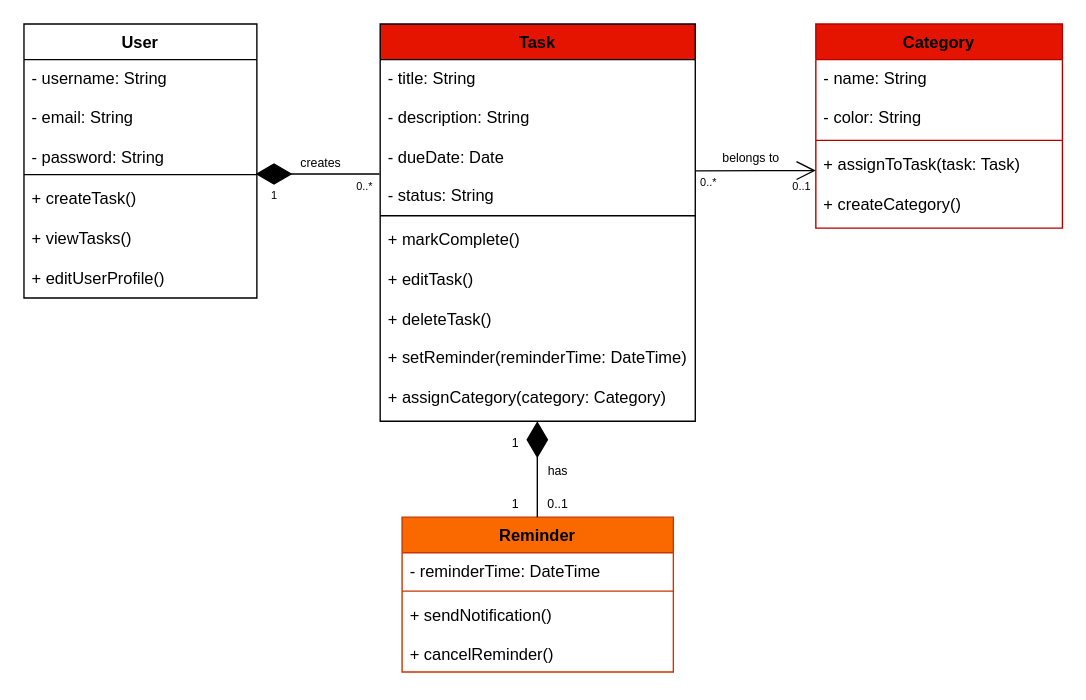
Earlier version of the draw.io diagram PADO_E2_NCP2103-2A.drawio (xplorer2000SL/UENCP1203VSC). Source tidied: cells renumbered, new cells numbered last; positions are measured from the earlier drawing's top-left corner, leaving out a move shared by most shapes. Both pictures are drawn from the tidied source at 137%, with x=0, y=0 at pixel (23, 23).
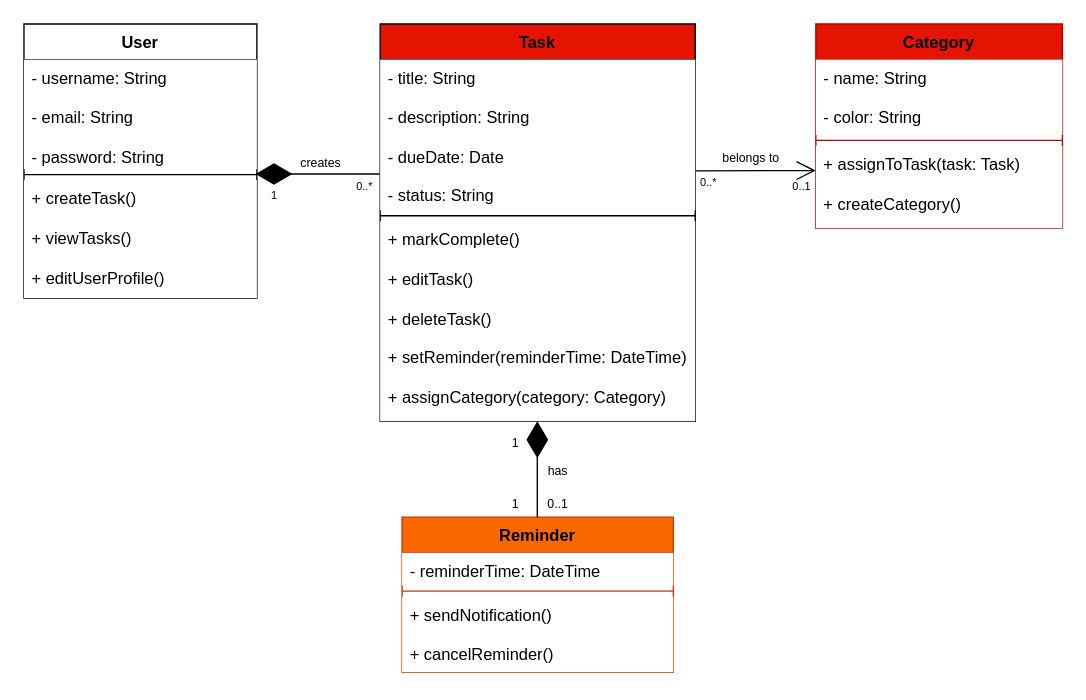
Above is the later version.

The change refers to these unchanged cells:
```xml
<mxCell id="2" value="Task" style="swimlane;fontStyle=1;align=center;verticalAlign=top;horizontal=1;startSize=26;whiteSpace=wrap;html=1;fillColor=light-dark(#E51400,#FF0000);" parent="1" vertex="1">
  <mxGeometry x="260" width="230" height="290" as="geometry" />
</mxCell>
<mxCell id="6" value="User" style="swimlane;fontStyle=1;align=center;verticalAlign=top;horizontal=1;startSize=26;whiteSpace=wrap;html=1;fillColor=light-dark(#FFFFFF,#FF8000);" parent="1" vertex="1">
  <mxGeometry width="170" height="200" as="geometry" />
</mxCell>
<mxCell id="11" value="&lt;span style=&quot;color: light-dark(rgb(0, 0, 0), rgb(255, 255, 255));&quot;&gt;Category&lt;/span&gt;" style="swimlane;fontStyle=1;align=center;verticalAlign=top;horizontal=1;startSize=26;whiteSpace=wrap;html=1;fillColor=light-dark(#E51400,#FF8000);fontColor=#ffffff;strokeColor=light-dark(#B20000,#FFFFFF);" parent="1" vertex="1">
  <mxGeometry x="578" width="180" height="149" as="geometry" />
</mxCell>
<mxCell id="15" value="Reminder" style="swimlane;fontStyle=1;align=center;verticalAlign=top;horizontal=1;startSize=26;whiteSpace=wrap;html=1;fillColor=light-dark(#fa6800, #ff8000);strokeColor=light-dark(#C73500,#FFFFFF);fontColor=#000000;" parent="1" vertex="1">
  <mxGeometry x="276" y="360" width="198" height="113" as="geometry" />
</mxCell>
```

The edit, as a diff of the source:
```diff
@@
-    <mxCell id="3" value="&lt;div&gt;- title: String&lt;/div&gt;&lt;div&gt;&lt;br&gt;&lt;/div&gt;&lt;div&gt;- description: String&lt;/div&gt;&lt;div&gt;&lt;br&gt;&lt;/div&gt;&lt;div&gt;- dueDate: Date&lt;/div&gt;&lt;div&gt;&lt;br&gt;&lt;/div&gt;&lt;div&gt;- status: String&lt;/div&gt;" style="text;strokeColor=none;fillColor=none;align=left;verticalAlign=top;spacingLeft=4;spacingRight=4;overflow=hidden;points=[[0,0.5],[1,0.5]];portConstraint=eastwest;whiteSpace=wrap;html=1;" parent="2" vertex="1">
+    <mxCell id="3" value="&lt;div&gt;- title: String&lt;/div&gt;&lt;div&gt;&lt;br&gt;&lt;/div&gt;&lt;div&gt;- description: String&lt;/div&gt;&lt;div&gt;&lt;br&gt;&lt;/div&gt;&lt;div&gt;- dueDate: Date&lt;/div&gt;&lt;div&gt;&lt;br&gt;&lt;/div&gt;&lt;div&gt;- status: String&lt;/div&gt;" style="text;strokeColor=none;fillColor=default;align=left;verticalAlign=top;spacingLeft=4;spacingRight=4;overflow=hidden;points=[[0,0.5],[1,0.5]];portConstraint=eastwest;whiteSpace=wrap;html=1;" parent="2" vertex="1">
       <mxGeometry y="26" width="230" height="110" as="geometry" />
     </mxCell>
@@
-    <mxCell id="5" value="&lt;div&gt;+ markComplete()&lt;/div&gt;&lt;div&gt;&lt;br&gt;&lt;/div&gt;&lt;div&gt;+ editTask()&lt;/div&gt;&lt;div&gt;&lt;br&gt;&lt;/div&gt;&lt;div&gt;+ deleteTask()&lt;/div&gt;&lt;div&gt;&lt;br&gt;&lt;/div&gt;&lt;div&gt;+ setReminder(reminderTime: DateTime)&lt;/div&gt;&lt;div&gt;&lt;br&gt;&lt;/div&gt;&lt;div&gt;+ assignCategory(category: Category)&lt;/div&gt;" style="text;strokeColor=none;fillColor=none;align=left;verticalAlign=top;spacingLeft=4;spacingRight=4;overflow=hidden;whiteSpace=wrap;html=1;" parent="2" vertex="1">
+    <mxCell id="5" value="&lt;div&gt;+ markComplete()&lt;/div&gt;&lt;div&gt;&lt;br&gt;&lt;/div&gt;&lt;div&gt;+ editTask()&lt;/div&gt;&lt;div&gt;&lt;br&gt;&lt;/div&gt;&lt;div&gt;+ deleteTask()&lt;/div&gt;&lt;div&gt;&lt;br&gt;&lt;/div&gt;&lt;div&gt;+ setReminder(reminderTime: DateTime)&lt;/div&gt;&lt;div&gt;&lt;br&gt;&lt;/div&gt;&lt;div&gt;+ assignCategory(category: Category)&lt;/div&gt;" style="text;strokeColor=none;fillColor=default;align=left;verticalAlign=top;spacingLeft=4;spacingRight=4;overflow=hidden;whiteSpace=wrap;html=1;" parent="2" vertex="1">
       <mxGeometry y="144" width="230" height="146" as="geometry" />
     </mxCell>
@@
-    <mxCell id="7" value="&lt;div&gt;- username: String&lt;/div&gt;&lt;div&gt;&lt;br&gt;&lt;/div&gt;&lt;div&gt;- email: String&lt;/div&gt;&lt;div&gt;&lt;br&gt;&lt;/div&gt;&lt;div&gt;- password: String&lt;/div&gt;" style="text;strokeColor=none;fillColor=none;align=left;verticalAlign=top;spacingLeft=4;spacingRight=4;overflow=hidden;whiteSpace=wrap;html=1;" parent="6" vertex="1">
+    <mxCell id="7" value="&lt;div&gt;- username: String&lt;/div&gt;&lt;div&gt;&lt;br&gt;&lt;/div&gt;&lt;div&gt;- email: String&lt;/div&gt;&lt;div&gt;&lt;br&gt;&lt;/div&gt;&lt;div&gt;- password: String&lt;/div&gt;" style="text;strokeColor=none;fillColor=default;align=left;verticalAlign=top;spacingLeft=4;spacingRight=4;overflow=hidden;whiteSpace=wrap;html=1;" parent="6" vertex="1">
       <mxGeometry y="26" width="170" height="80" as="geometry" />
     </mxCell>
@@
-    <mxCell id="10" value="&lt;div&gt;+ createTask()&lt;/div&gt;&lt;div&gt;&lt;br&gt;&lt;/div&gt;&lt;div&gt;+ viewTasks()&lt;/div&gt;&lt;div&gt;&lt;br&gt;&lt;/div&gt;&lt;div&gt;+ editUserProfile()&lt;/div&gt;" style="text;strokeColor=none;fillColor=none;align=left;verticalAlign=top;spacingLeft=4;spacingRight=4;overflow=hidden;whiteSpace=wrap;html=1;" parent="6" vertex="1">
+    <mxCell id="10" value="&lt;div&gt;+ createTask()&lt;/div&gt;&lt;div&gt;&lt;br&gt;&lt;/div&gt;&lt;div&gt;+ viewTasks()&lt;/div&gt;&lt;div&gt;&lt;br&gt;&lt;/div&gt;&lt;div&gt;+ editUserProfile()&lt;/div&gt;" style="text;strokeColor=none;fillColor=default;align=left;verticalAlign=top;spacingLeft=4;spacingRight=4;overflow=hidden;whiteSpace=wrap;html=1;" parent="6" vertex="1">
       <mxGeometry y="114" width="170" height="86" as="geometry" />
     </mxCell>
@@
-    <mxCell id="12" value="&lt;div&gt;- name: String&lt;/div&gt;&lt;div&gt;&lt;br&gt;&lt;/div&gt;&lt;div&gt;- color: String&lt;/div&gt;" style="text;strokeColor=none;fillColor=none;align=left;verticalAlign=top;spacingLeft=4;spacingRight=4;overflow=hidden;whiteSpace=wrap;html=1;" parent="11" vertex="1">
+    <mxCell id="12" value="&lt;div&gt;- name: String&lt;/div&gt;&lt;div&gt;&lt;br&gt;&lt;/div&gt;&lt;div&gt;- color: String&lt;/div&gt;" style="text;strokeColor=none;fillColor=default;align=left;verticalAlign=top;spacingLeft=4;spacingRight=4;overflow=hidden;whiteSpace=wrap;html=1;" parent="11" vertex="1">
       <mxGeometry y="26" width="180" height="55" as="geometry" />
     </mxCell>
@@
-    <mxCell id="14" value="&lt;div&gt;+ assignToTask(task: Task)&lt;/div&gt;&lt;div&gt;&lt;br&gt;&lt;/div&gt;&lt;div&gt;+ createCategory()&lt;/div&gt;" style="text;strokeColor=none;fillColor=none;align=left;verticalAlign=top;spacingLeft=4;spacingRight=4;overflow=hidden;whiteSpace=wrap;html=1;" parent="11" vertex="1">
+    <mxCell id="14" value="&lt;div&gt;+ assignToTask(task: Task)&lt;/div&gt;&lt;div&gt;&lt;br&gt;&lt;/div&gt;&lt;div&gt;+ createCategory()&lt;/div&gt;" style="text;strokeColor=none;fillColor=default;align=left;verticalAlign=top;spacingLeft=4;spacingRight=4;overflow=hidden;whiteSpace=wrap;html=1;" parent="11" vertex="1">
       <mxGeometry y="89" width="180" height="60" as="geometry" />
     </mxCell>
@@
-    <mxCell id="16" value="- reminderTime: DateTime" style="text;strokeColor=none;fillColor=none;align=left;verticalAlign=top;spacingLeft=4;spacingRight=4;overflow=hidden;whiteSpace=wrap;html=1;" parent="15" vertex="1">
+    <mxCell id="16" value="- reminderTime: DateTime" style="text;strokeColor=none;fillColor=default;align=left;verticalAlign=top;spacingLeft=4;spacingRight=4;overflow=hidden;whiteSpace=wrap;html=1;" parent="15" vertex="1">
       <mxGeometry y="26" width="198" height="24" as="geometry" />
     </mxCell>
-    <mxCell id="17" style="line;strokeWidth=1;fillColor=none;align=left;verticalAlign=middle;spacingTop=-1;spacingLeft=3;spacingRight=3;labelPosition=right;strokeColor=inherit;" parent="15" vertex="1">
+    <mxCell id="17" style="line;strokeWidth=1;fillColor=default;align=left;verticalAlign=middle;spacingTop=-1;spacingLeft=3;spacingRight=3;labelPosition=right;strokeColor=inherit;" parent="15" vertex="1">
       <mxGeometry y="50" width="198" height="8" as="geometry" />
     </mxCell>
-    <mxCell id="18" value="&lt;div&gt;+ sendNotification()&lt;/div&gt;&lt;div&gt;&lt;br&gt;&lt;/div&gt;&lt;div&gt;+ cancelReminder()&lt;/div&gt;" style="text;strokeColor=none;fillColor=none;align=left;verticalAlign=top;spacingLeft=4;spacingRight=4;overflow=hidden;whiteSpace=wrap;html=1;" parent="15" vertex="1">
+    <mxCell id="18" value="&lt;div&gt;+ sendNotification()&lt;/div&gt;&lt;div&gt;&lt;br&gt;&lt;/div&gt;&lt;div&gt;+ cancelReminder()&lt;/div&gt;" style="text;strokeColor=none;fillColor=default;align=left;verticalAlign=top;spacingLeft=4;spacingRight=4;overflow=hidden;whiteSpace=wrap;html=1;" parent="15" vertex="1">
       <mxGeometry y="58" width="198" height="55" as="geometry" />
     </mxCell>
```
